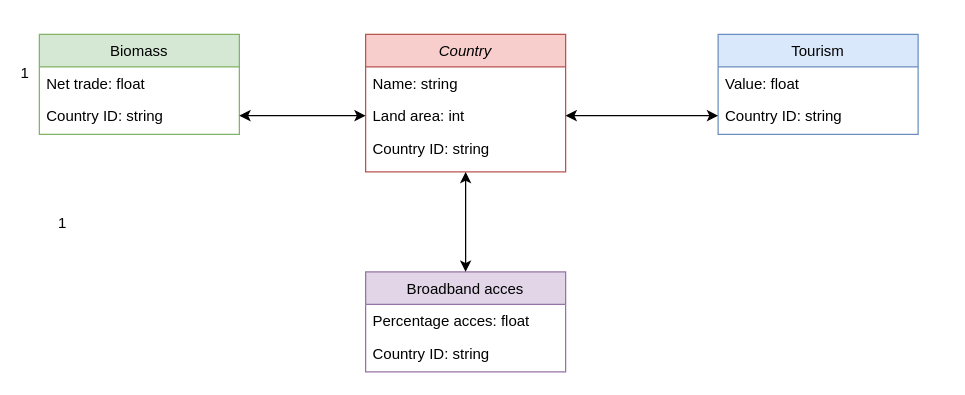
Earlier version of the draw.io diagram practica/week3/Diagram zonder titel.drawio (Nils1993/MakeAIWork). Source tidied: cells renumbered, new cells numbered last; positions are measured from the earlier drawing's top-left corner, leaving out a move shared by most shapes. Both pictures are drawn from the tidied source at 125%, with x=0, y=0 at pixel (30, 34).
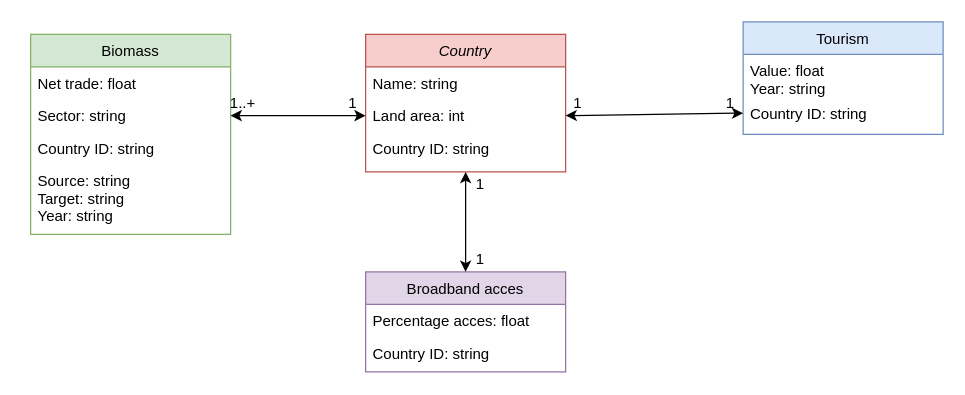
Above is the later version.

Diff of the diagram source:
```diff
@@
     <mxCell id="6" value="Tourism" style="swimlane;fontStyle=0;align=center;verticalAlign=top;horizontal=1;startSize=26;rounded=0;shadow=0;strokeWidth=1;fillColor=#dae8fc;strokeColor=#6c8ebf;" parent="1" vertex="1">
-      <mxGeometry x="550" width="160" height="80" as="geometry" />
+      <mxGeometry x="570" y="-10" width="160" height="90" as="geometry" />
     </mxCell>
-    <mxCell id="7" value="Value: float" style="text;align=left;verticalAlign=top;spacingLeft=4;spacingRight=4;overflow=hidden;" parent="6" vertex="1">
-      <mxGeometry y="26" width="160" height="26" as="geometry" />
+    <mxCell id="7" value="Value: float&#10;Year: string" style="text;align=left;verticalAlign=top;spacingLeft=4;spacingRight=4;overflow=hidden;" parent="6" vertex="1">
+      <mxGeometry y="26" width="160" height="34" as="geometry" />
     </mxCell>
     <mxCell id="8" value="Country ID: string" style="text;align=left;verticalAlign=top;spacingLeft=4;spacingRight=4;overflow=hidden;points=[[0,0.5],[1,0.5]];portConstraint=eastwest;rounded=0;shadow=0;html=0;" parent="6" vertex="1">
-      <mxGeometry y="52" width="160" height="26" as="geometry" />
+      <mxGeometry y="60" width="160" height="26" as="geometry" />
     </mxCell>
@@
-    <mxCell id="12" value="1" style="align=right;verticalAlign=bottom;labelBackgroundColor=none;fontSize=12;" parent="1" vertex="1">
-      <mxGeometry x="30" y="159" as="geometry" />
-    </mxCell>
@@
     <mxCell id="15" value="Biomass" style="swimlane;fontStyle=0;align=center;verticalAlign=top;horizontal=1;startSize=26;rounded=0;shadow=0;strokeWidth=1;fillColor=#d5e8d4;strokeColor=#82b366;" parent="1" vertex="1">
-      <mxGeometry x="7" width="160" height="80" as="geometry" />
+      <mxGeometry width="160" height="160" as="geometry" />
     </mxCell>
@@
-    <mxCell id="17" value="Country ID: string" style="text;align=left;verticalAlign=top;spacingLeft=4;spacingRight=4;overflow=hidden;points=[[0,0.5],[1,0.5]];portConstraint=eastwest;rounded=0;shadow=0;html=0;" parent="15" vertex="1">
+    <mxCell id="17" value="Sector: string" style="text;align=left;verticalAlign=top;spacingLeft=4;spacingRight=4;overflow=hidden;points=[[0,0.5],[1,0.5]];portConstraint=eastwest;rounded=0;shadow=0;html=0;" parent="15" vertex="1">
       <mxGeometry y="52" width="160" height="26" as="geometry" />
     </mxCell>
-    <mxCell id="18" value="1" style="align=right;verticalAlign=bottom;labelBackgroundColor=none;fontSize=12;" parent="1" vertex="1">
-      <mxGeometry y="39" as="geometry" />
-    </mxCell>
+    <mxCell id="20" value="Country ID: string" style="text;align=left;verticalAlign=top;spacingLeft=4;spacingRight=4;overflow=hidden;rounded=0;shadow=0;html=0;" parent="15" vertex="1">
+      <mxGeometry y="78" width="160" height="26" as="geometry" />
+    </mxCell>
+    <mxCell id="21" value="Source: string&#10;Target: string&#10;Year: string" style="text;align=left;verticalAlign=top;spacingLeft=4;spacingRight=4;overflow=hidden;rounded=0;shadow=0;html=0;" parent="15" vertex="1">
+      <mxGeometry y="104" width="160" height="56" as="geometry" />
+    </mxCell>
@@
+    <mxCell id="22" value="1..+" style="text;html=1;strokeColor=none;fillColor=none;align=center;verticalAlign=middle;whiteSpace=wrap;rounded=0;" parent="1" vertex="1">
+      <mxGeometry x="160" y="45" width="20" height="20" as="geometry" />
+    </mxCell>
+    <mxCell id="23" value="1" style="text;html=1;strokeColor=none;fillColor=none;align=center;verticalAlign=middle;whiteSpace=wrap;rounded=0;" parent="1" vertex="1">
+      <mxGeometry x="550" y="45" width="20" height="20" as="geometry" />
+    </mxCell>
+    <mxCell id="24" value="1" style="text;html=1;strokeColor=none;fillColor=none;align=center;verticalAlign=middle;whiteSpace=wrap;rounded=0;" parent="1" vertex="1">
+      <mxGeometry x="428" y="45" width="20" height="20" as="geometry" />
+    </mxCell>
+    <mxCell id="25" value="1" style="text;html=1;strokeColor=none;fillColor=none;align=center;verticalAlign=middle;whiteSpace=wrap;rounded=0;" parent="1" vertex="1">
+      <mxGeometry x="350" y="110" width="20" height="20" as="geometry" />
+    </mxCell>
+    <mxCell id="26" value="1" style="text;html=1;strokeColor=none;fillColor=none;align=center;verticalAlign=middle;whiteSpace=wrap;rounded=0;" parent="1" vertex="1">
+      <mxGeometry x="350" y="170" width="20" height="20" as="geometry" />
+    </mxCell>
+    <mxCell id="27" value="1" style="text;html=1;strokeColor=none;fillColor=none;align=center;verticalAlign=middle;whiteSpace=wrap;rounded=0;" parent="1" vertex="1">
+      <mxGeometry x="248" y="45" width="20" height="20" as="geometry" />
+    </mxCell>
```
